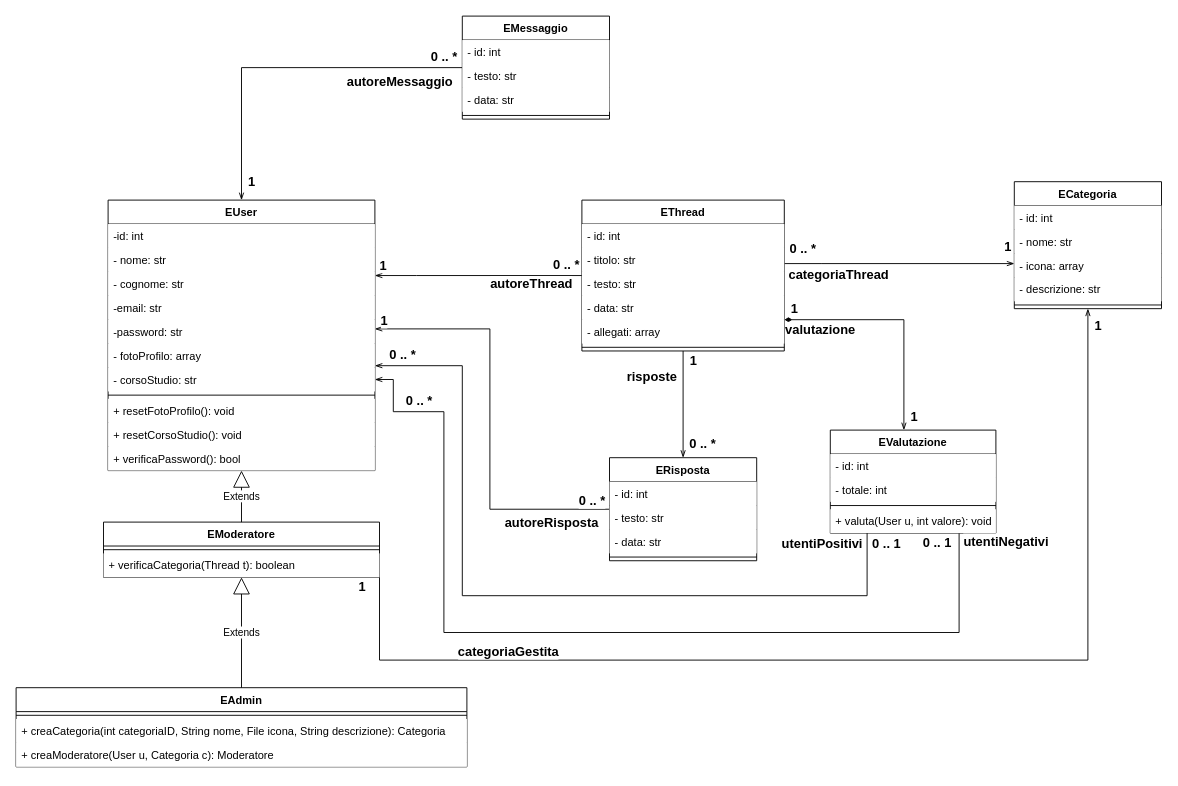
Before: Diagrammi/UML.drawio in EdoPan/UniChat, a draw.io diagram. Source tidied: cells renumbered, new cells numbered last; positions are measured from the earlier drawing's top-left corner, leaving out a move shared by most shapes. Both pictures are drawn from the tidied source at 92%, with x=0, y=0 at pixel (16, 16).
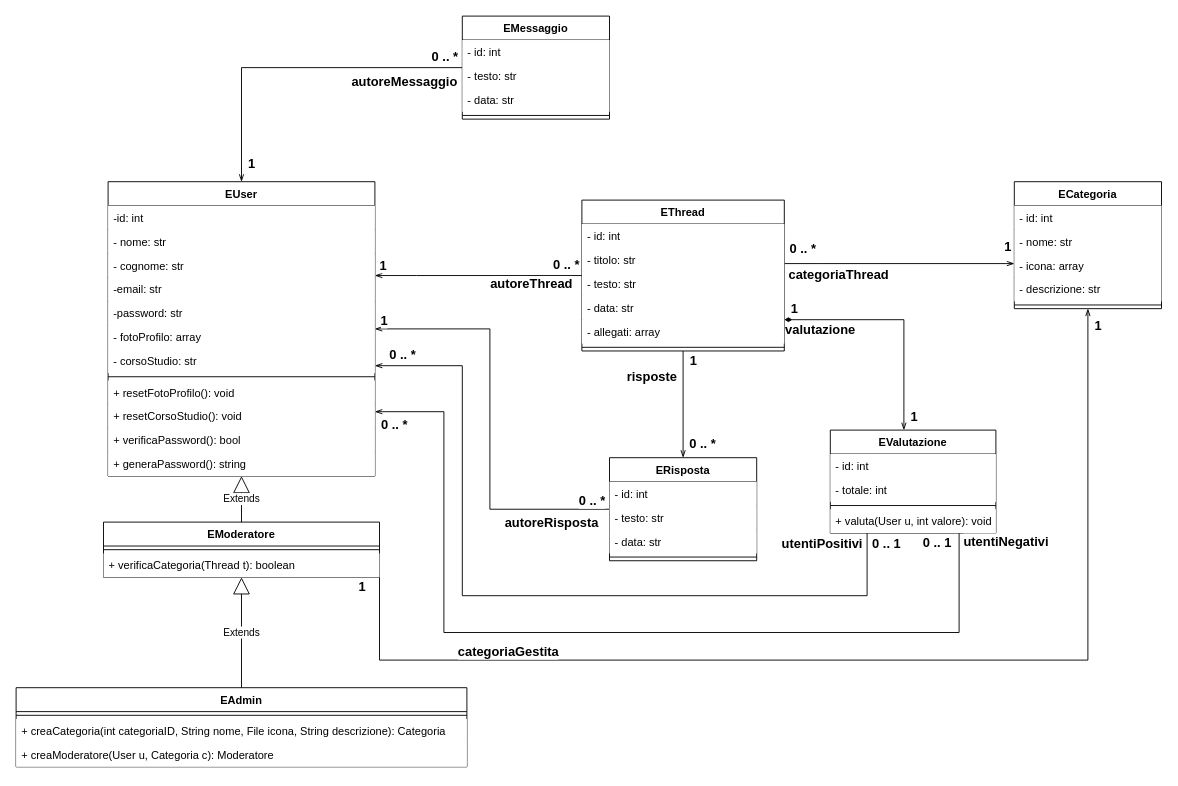
Above is the later version.

Commit message (it also covers changes not shown here):
Aggiornamento dei diagrammi.

The change refers to these unchanged cells:
```xml
<mxCell id="9" value="- corsoStudio: str" style="text;align=left;verticalAlign=top;spacingLeft=4;spacingRight=4;overflow=hidden;points=[[0,0.5],[1,0.5]];portConstraint=eastwest;fillColor=#FFFFFF;" parent="2" vertex="1">
  <mxGeometry y="182" width="290" height="26" as="geometry" />
</mxCell>
<mxCell id="53" value="EValutazione" style="swimlane;fontStyle=1;align=center;verticalAlign=top;horizontal=1;startSize=26;" parent="1" vertex="1">
  <mxGeometry x="885" y="450" width="180" height="112" as="geometry" />
</mxCell>
```

The edit, as a diff of the source:
```diff
@@
     <mxCell id="2" value="EUser" style="swimlane;fontStyle=1;align=center;verticalAlign=top;horizontal=1;startSize=26;" parent="1" vertex="1">
-      <mxGeometry x="100" y="200" width="290" height="294" as="geometry" />
+      <mxGeometry x="100" y="180" width="290" height="320" as="geometry" />
     </mxCell>
@@
+    <mxCell id="87" value="+ generaPassword(): string" style="text;align=left;verticalAlign=top;spacingLeft=4;spacingRight=4;overflow=hidden;fillColor=#FFFFFF;" parent="2" vertex="1">
+      <mxGeometry y="294" width="290" height="26" as="geometry" />
+    </mxCell>
@@
-    <mxCell id="52" style="edgeStyle=orthogonalEdgeStyle;rounded=0;jettySize=auto;html=1;endArrow=openThin;endFill=0;entryX=1;entryY=0.5;entryDx=0;entryDy=0;" parent="1" edge="1" source="53" target="9">
+    <mxCell id="52" style="edgeStyle=orthogonalEdgeStyle;rounded=0;jettySize=auto;html=1;endArrow=openThin;endFill=0;" parent="1" edge="1" source="53" target="2">
       <mxGeometry relative="1" as="geometry">
         <Array as="points">
           <mxPoint x="1025" y="670" />
           <mxPoint x="465" y="670" />
           <mxPoint x="465" y="430" />
-          <mxPoint x="410" y="430" />
         </Array>
       </mxGeometry>
     </mxCell>
@@
     <mxCell id="86" value="&lt;b&gt;&lt;font style=&quot;font-size: 14px&quot;&gt;0 .. *&lt;/font&gt;&lt;/b&gt;" style="edgeLabel;html=1;align=center;verticalAlign=middle;" parent="1" vertex="1">
-      <mxGeometry x="445.8" y="377.1" as="geometry">
-        <mxPoint x="-8" y="40" as="offset" />
+      <mxGeometry x="410" y="390" as="geometry">
+        <mxPoint y="53" as="offset" />
       </mxGeometry>
     </mxCell>
```
